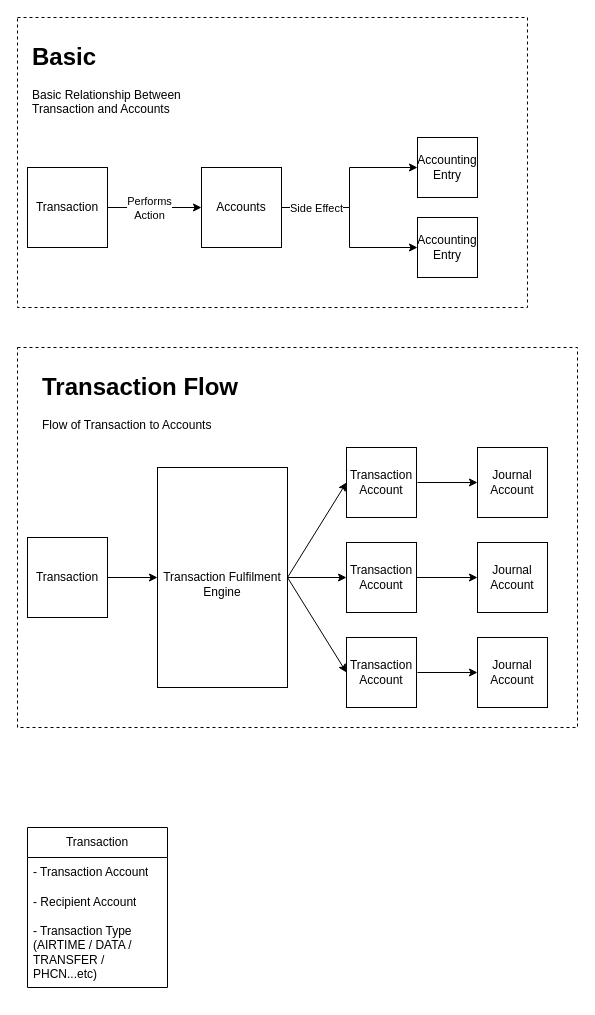
isaac-code/diagrams keeps this draw.io diagram as Core Finance System.drawio. Above is the earlier version. Source tidied: cells renumbered, new cells numbered last; positions are measured from the earlier drawing's top-left corner, leaving out a move shared by most shapes. Both pictures are drawn from the tidied source at 100%, with x=0, y=0 at pixel (17, 17).
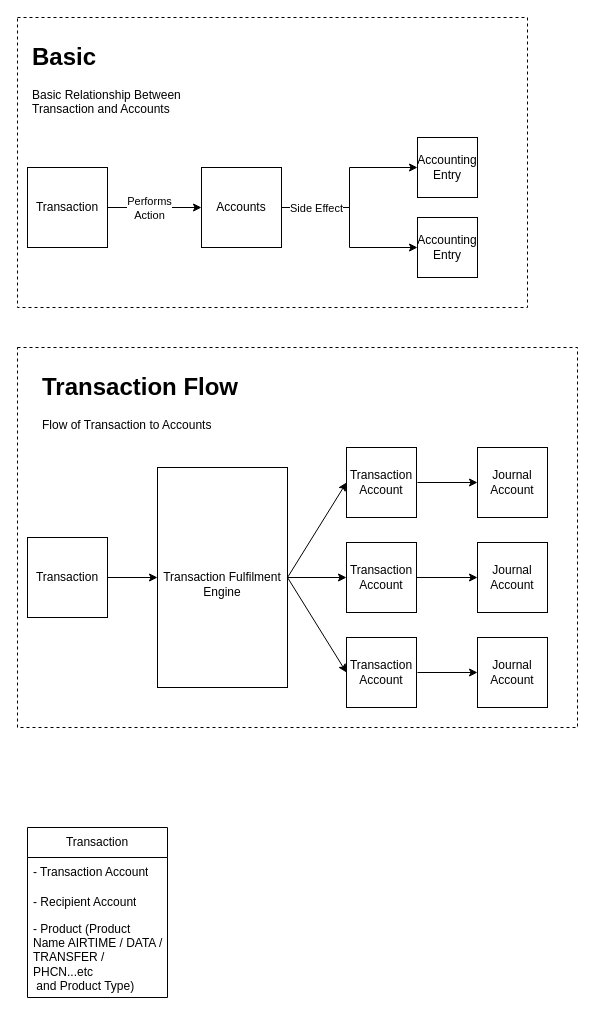
The same diagram, later.

What changed in the source:
```diff
@@
     <mxCell id="30" value="Transaction" style="swimlane;fontStyle=0;horizontal=1;startSize=30;whiteSpace=wrap;html=1;" parent="1" vertex="1">
-      <mxGeometry x="10" y="810" width="140" height="160" as="geometry" />
+      <mxGeometry x="10" y="810" width="140" height="170" as="geometry" />
     </mxCell>
@@
-    <mxCell id="33" value="- Transaction Type (AIRTIME / DATA / TRANSFER / PHCN...etc)" style="text;strokeColor=none;fillColor=none;align=left;verticalAlign=middle;spacingLeft=4;spacingRight=4;overflow=hidden;whiteSpace=wrap;html=1;" parent="30" vertex="1">
-      <mxGeometry y="90" width="140" height="70" as="geometry" />
+    <mxCell id="33" value="- Product (Product Name AIRTIME / DATA / TRANSFER / PHCN...etc&lt;br&gt;&amp;nbsp;and Product Type)" style="text;strokeColor=none;fillColor=none;align=left;verticalAlign=middle;spacingLeft=4;spacingRight=4;overflow=hidden;whiteSpace=wrap;html=1;" parent="30" vertex="1">
+      <mxGeometry y="90" width="140" height="80" as="geometry" />
     </mxCell>
```
